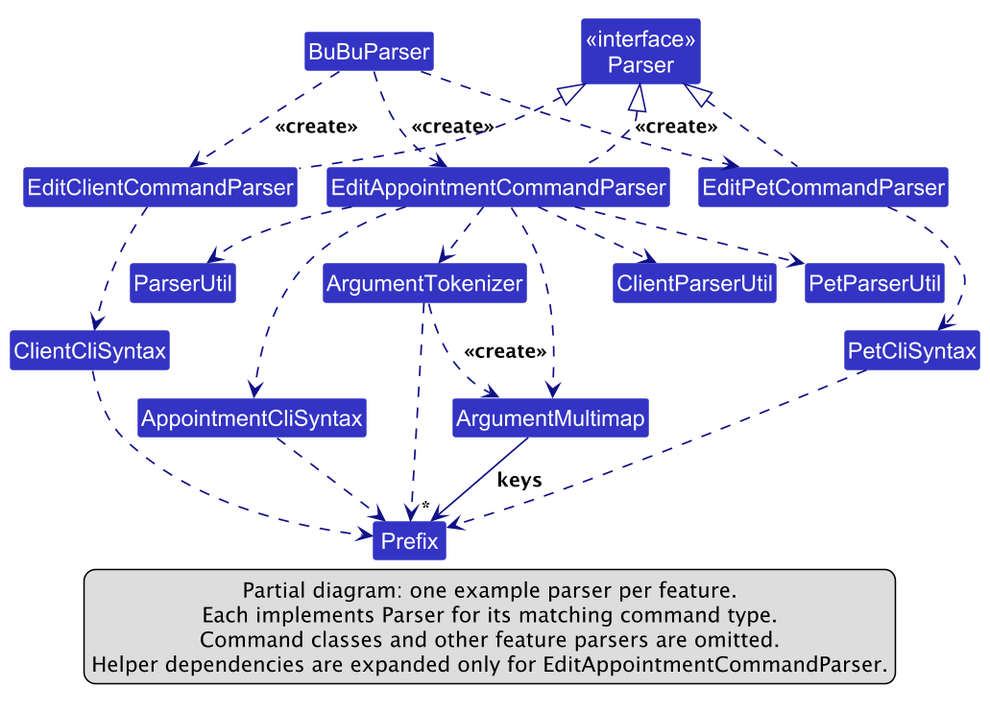
The PlantUML diagram docs/images/ParserClasses.png in 0218hy/tp, before a commit. Source of this version:
```plantuml
@startuml
!pragma layout smetana
!include style.puml
skinparam dpi 150
skinparam arrowThickness 1.1
skinparam arrowColor LOGIC_COLOR_T4
skinparam classBackgroundColor LOGIC_COLOR

class BuBuParser
class "<<interface>>\nParser" as Parser

together {
    class EditClientCommandParser
    class EditPetCommandParser
    class EditAppointmentCommandParser
}

together {
    class ClientCliSyntax
    class PetCliSyntax
    class AppointmentCliSyntax
}

class ClientParserUtil
class PetParserUtil
class ParserUtil
class ArgumentTokenizer
class ArgumentMultimap
class Prefix

BuBuParser ..> EditClientCommandParser : <<create>>
BuBuParser ..> EditPetCommandParser : <<create>>
BuBuParser ..> EditAppointmentCommandParser : <<create>>
EditClientCommandParser .up.|> Parser
EditPetCommandParser .up.|> Parser
EditAppointmentCommandParser .up.|> Parser

EditClientCommandParser ..> ClientCliSyntax
EditPetCommandParser ..> PetCliSyntax
EditAppointmentCommandParser ..> AppointmentCliSyntax
ClientCliSyntax ..> Prefix
PetCliSyntax ..> Prefix
AppointmentCliSyntax ..> Prefix

EditAppointmentCommandParser ..> ClientParserUtil
EditAppointmentCommandParser ..> PetParserUtil
EditAppointmentCommandParser ..> ParserUtil
EditAppointmentCommandParser ..> ArgumentTokenizer
EditAppointmentCommandParser ..> ArgumentMultimap
ArgumentTokenizer ..> ArgumentMultimap : <<create>>
ArgumentTokenizer ..> Prefix
ArgumentMultimap --> "*" Prefix : keys

legend bottom
  Partial diagram: one example parser per feature.
  Each implements Parser for its matching command type.
  Command classes and other feature parsers are omitted.
  Helper dependencies are expanded only for EditAppointmentCommandParser.
endlegend
@enduml
```
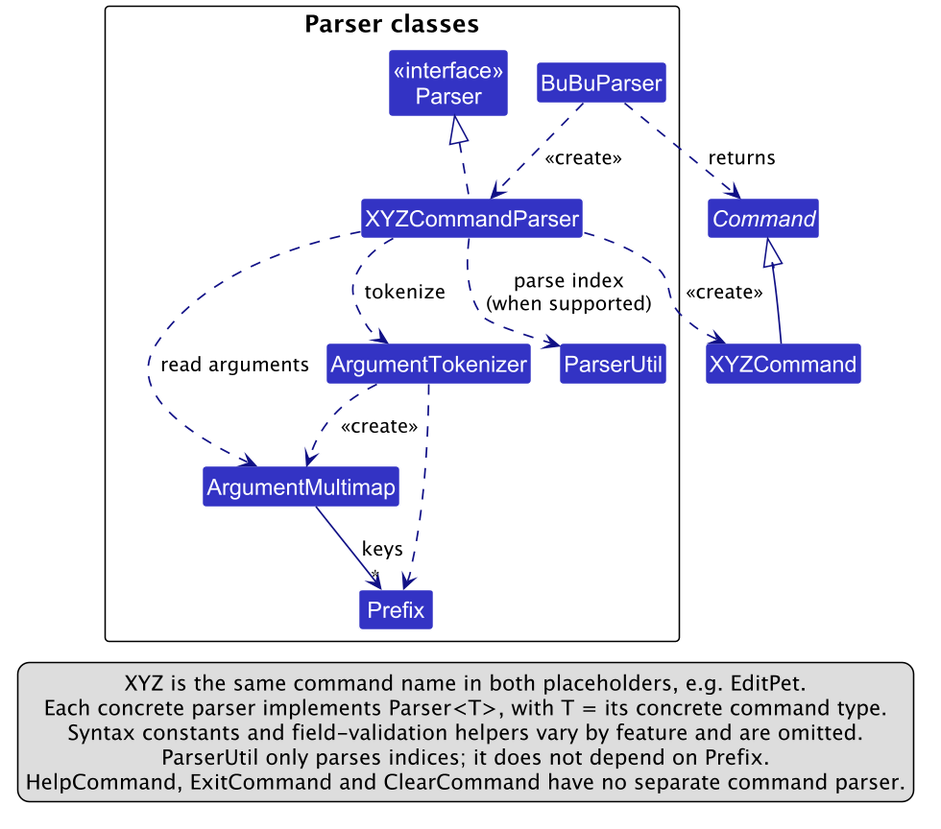
The same file after the commit.

Commit message:
Align Logic and parser diagrams with representative command structure

Diff of the diagram source:
```diff
@@ -4,57 +4,39 @@
 skinparam dpi 150
 skinparam arrowThickness 1.1
 skinparam arrowColor LOGIC_COLOR_T4
+skinparam ArrowFontStyle plain
 skinparam classBackgroundColor LOGIC_COLOR
 
-class BuBuParser
-class "<<interface>>\nParser" as Parser
+abstract class Command
+class XYZCommand
 
-together {
-    class EditClientCommandParser
-    class EditPetCommandParser
-    class EditAppointmentCommandParser
+package "Parser classes" as ParserClasses {
+    class "<<interface>>\nParser" as Parser
+    class BuBuParser
+    class XYZCommandParser
+    class ArgumentTokenizer
+    class ArgumentMultimap
+    class Prefix
+    class ParserUtil
 }
 
-together {
-    class ClientCliSyntax
-    class PetCliSyntax
-    class AppointmentCliSyntax
-}
-
-class ClientParserUtil
-class PetParserUtil
-class ParserUtil
-class ArgumentTokenizer
-class ArgumentMultimap
-class Prefix
-
-BuBuParser ..> EditClientCommandParser : <<create>>
-BuBuParser ..> EditPetCommandParser : <<create>>
-BuBuParser ..> EditAppointmentCommandParser : <<create>>
-EditClientCommandParser .up.|> Parser
-EditPetCommandParser .up.|> Parser
-EditAppointmentCommandParser .up.|> Parser
-
-EditClientCommandParser ..> ClientCliSyntax
-EditPetCommandParser ..> PetCliSyntax
-EditAppointmentCommandParser ..> AppointmentCliSyntax
-ClientCliSyntax ..> Prefix
-PetCliSyntax ..> Prefix
-AppointmentCliSyntax ..> Prefix
-
-EditAppointmentCommandParser ..> ClientParserUtil
-EditAppointmentCommandParser ..> PetParserUtil
-EditAppointmentCommandParser ..> ParserUtil
-EditAppointmentCommandParser ..> ArgumentTokenizer
-EditAppointmentCommandParser ..> ArgumentMultimap
+BuBuParser ..> XYZCommandParser : <<create>>
+BuBuParser ..> Command : returns
+XYZCommandParser .up.|> Parser
+XYZCommandParser ..> XYZCommand : <<create>>
+XYZCommand -up-|> Command
+XYZCommandParser ..> ArgumentTokenizer : tokenize
+XYZCommandParser ..> ArgumentMultimap : read arguments
+XYZCommandParser ..> ParserUtil : parse index\n(when supported)
 ArgumentTokenizer ..> ArgumentMultimap : <<create>>
 ArgumentTokenizer ..> Prefix
 ArgumentMultimap --> "*" Prefix : keys
 
 legend bottom
-  Partial diagram: one example parser per feature.
-  Each implements Parser for its matching command type.
-  Command classes and other feature parsers are omitted.
-  Helper dependencies are expanded only for EditAppointmentCommandParser.
+  XYZ is the same command name in both placeholders, e.g. EditPet.
+  Each concrete parser implements Parser<T>, with T = its concrete command type.
+  Syntax constants and field-validation helpers vary by feature and are omitted.
+  ParserUtil only parses indices; it does not depend on Prefix.
+  HelpCommand, ExitCommand and ClearCommand have no separate command parser.
 endlegend
 @enduml
```
